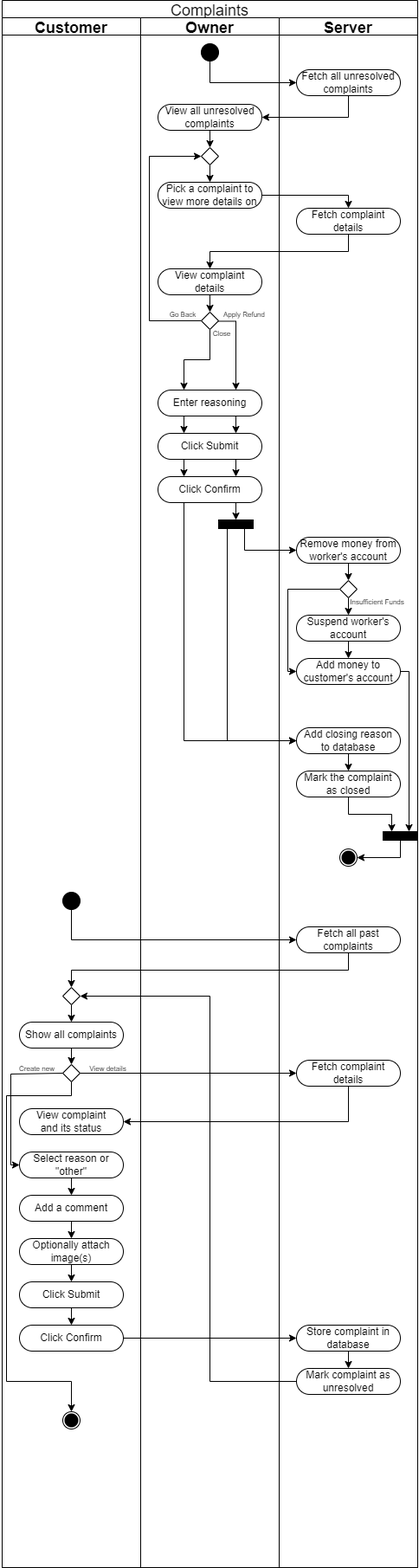
The draw.io diagram docs/ActivityDiagrams/complaints.png in hagen-larsen-hl/3MusketeersAndARifleman, before a commit. Source tidied: cells renumbered, new cells last; positions are measured from the earlier drawing's top-left corner, leaving out a move shared by most shapes.
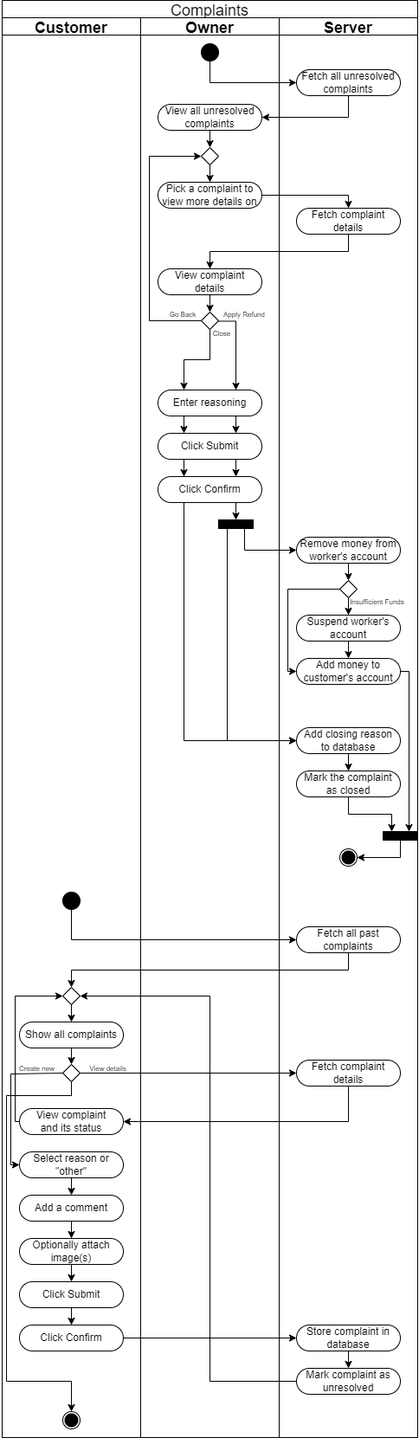
Above is the later version.

Commit message:
Created Reviews Activity Diagram; Updated Complaints Activity Diagram

Change to the diagram source:
```diff
@@ -3,10 +3,10 @@
     <mxCell id="0" />
     <mxCell id="1" parent="0" />
     <mxCell id="2" value="Complaints" style="swimlane;startSize=20;fontSize=18;fontStyle=0;" parent="1" vertex="1">
-      <mxGeometry width="480" height="1810" as="geometry" />
+      <mxGeometry width="480" height="1660" as="geometry" />
     </mxCell>
     <mxCell id="3" value="Customer" style="swimlane;startSize=20;fontSize=18;" parent="2" vertex="1">
-      <mxGeometry y="20" width="160" height="1790" as="geometry" />
+      <mxGeometry y="20" width="160" height="1640" as="geometry" />
     </mxCell>
     <mxCell id="4" style="ellipse;whiteSpace=wrap;html=1;fillColor=#000000;" parent="3" vertex="1">
       <mxGeometry x="70" y="1010" width="20" height="20" as="geometry" />
@@ -20,6 +20,14 @@
     <mxCell id="7" value="Show all complaints" style="rounded=1;whiteSpace=wrap;html=1;fillColor=#FFFFFF;arcSize=50;" parent="3" vertex="1">
       <mxGeometry x="20" y="1160" width="120" height="30" as="geometry" />
     </mxCell>
+    <mxCell id="90" style="edgeStyle=orthogonalEdgeStyle;rounded=0;jettySize=auto;html=1;exitX=0;exitY=0.5;exitDx=0;exitDy=0;entryX=0;entryY=0.5;entryDx=0;entryDy=0;" parent="3" edge="1" source="8" target="6">
+      <mxGeometry relative="1" as="geometry">
+        <Array as="points">
+          <mxPoint x="15" y="1275" />
+          <mxPoint x="15" y="1130" />
+        </Array>
+      </mxGeometry>
+    </mxCell>
     <mxCell id="8" value="View complaint&lt;br&gt;and its status" style="rounded=1;whiteSpace=wrap;html=1;fillColor=#FFFFFF;arcSize=50;" parent="3" vertex="1">
       <mxGeometry x="20" y="1260" width="120" height="30" as="geometry" />
     </mxCell>
@@ -87,7 +95,7 @@
       </mxGeometry>
     </mxCell>
     <mxCell id="26" value="Owner" style="swimlane;startSize=20;fontSize=18;" parent="2" vertex="1">
-      <mxGeometry x="160" y="20" width="160" height="1790" as="geometry" />
+      <mxGeometry x="160" y="20" width="160" height="1640" as="geometry" />
     </mxCell>
     <mxCell id="27" style="ellipse;whiteSpace=wrap;html=1;fillColor=#000000;" parent="26" vertex="1">
       <mxGeometry x="70" y="30" width="20" height="20" as="geometry" />
@@ -139,7 +147,7 @@
       <mxGeometry relative="1" as="geometry" />
     </mxCell>
     <mxCell id="42" value="Server" style="swimlane;startSize=20;fontSize=18;" parent="2" vertex="1">
-      <mxGeometry x="320" y="20" width="160" height="1790" as="geometry" />
+      <mxGeometry x="320" y="20" width="160" height="1640" as="geometry" />
     </mxCell>
     <mxCell id="43" value="Fetch all unresolved complaints" style="rounded=1;whiteSpace=wrap;html=1;fillColor=#FFFFFF;arcSize=50;" parent="42" vertex="1">
       <mxGeometry x="20" y="60" width="120" height="30" as="geometry" />
```
